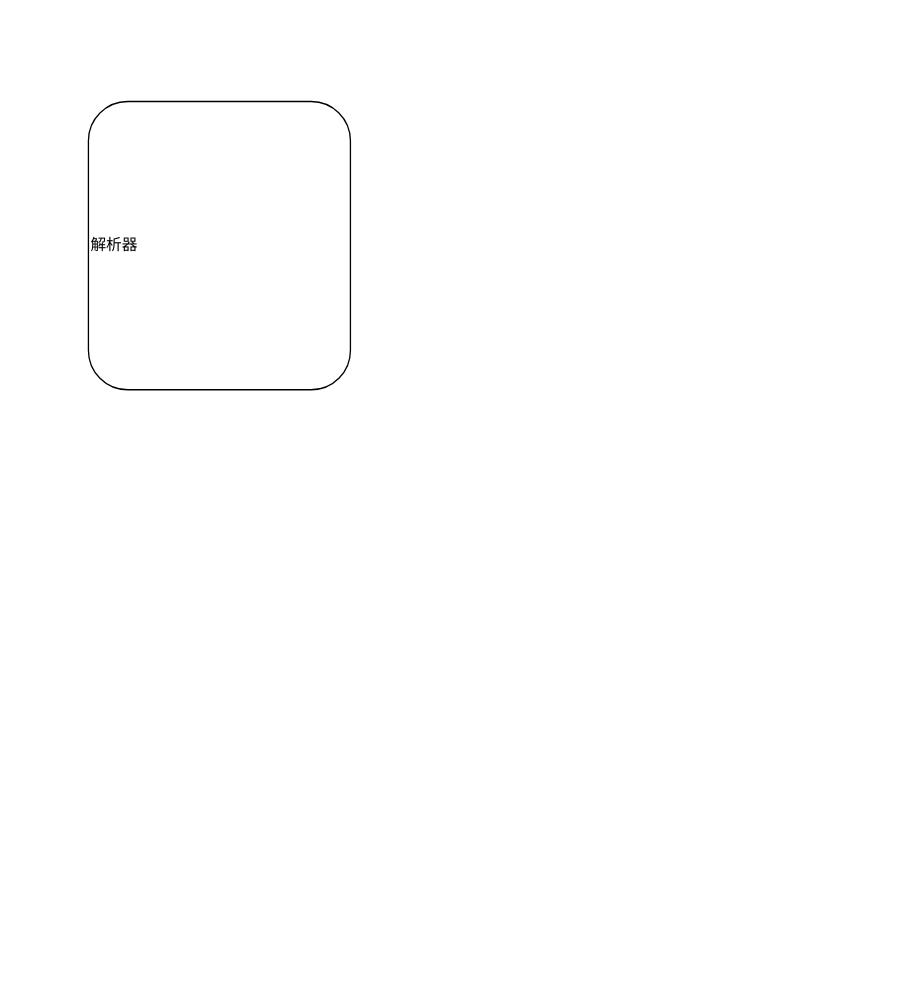
boholder/puntgun keeps this draw.io diagram as page "总构成" (1 of 4) of document/all-diagrams.drawio. Above is the earlier version. Source tidied: cells renumbered, new cells numbered last; positions are measured from the earlier drawing's top-left corner, leaving out a move shared by most shapes. Both pictures are drawn from the tidied source at 131%, with x=0, y=0 at pixel (88, 101).
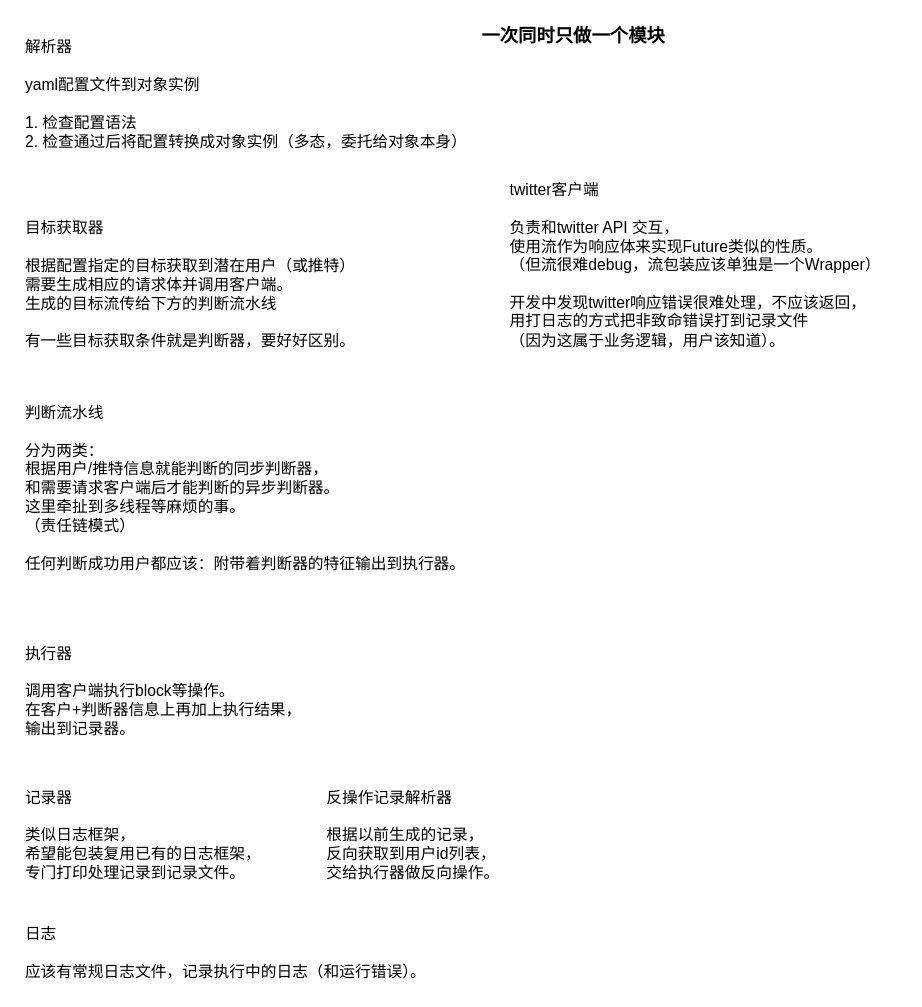
The same diagram, later.

Diff of the diagram source:
```diff
@@
 <mxGraphModel>
   <root>
     <mxCell id="0" />
     <mxCell id="1" parent="0" />
-    <mxCell id="2" value="解析器&lt;br&gt;" style="rounded=1;whiteSpace=wrap;html=1;align=left;" parent="1" vertex="1">
-      <mxGeometry width="200" height="220" as="geometry" />
-    </mxCell>
+    <mxCell id="3" value="解析器&lt;br&gt;&lt;br&gt;yaml配置文件到对象实例&lt;br&gt;&lt;br&gt;1. 检查配置语法&lt;br&gt;2. 检查通过后将配置转换成对象实例（多态，委托给对象本身）" style="text;html=1;align=left;verticalAlign=middle;strokeColor=none;fillColor=none;" parent="1" vertex="1">
+      <mxGeometry x="-50" y="-50" width="350" height="90" as="geometry" />
+    </mxCell>
+    <mxCell id="4" value="&lt;div&gt;&lt;span&gt;判断流水线&lt;/span&gt;&lt;/div&gt;&lt;div&gt;&lt;span&gt;&lt;br&gt;&lt;/span&gt;&lt;/div&gt;&lt;div&gt;&lt;span&gt;分为两类：&lt;/span&gt;&lt;/div&gt;&lt;div&gt;&lt;span&gt;根据用户/推特信息就能判断的同步判断器，&lt;/span&gt;&lt;/div&gt;&lt;div&gt;&lt;span&gt;和需要请求客户端后才能判断的异步判断器。&lt;/span&gt;&lt;/div&gt;&lt;div&gt;&lt;span&gt;这里牵扯到多线程等麻烦的事。&lt;/span&gt;&lt;/div&gt;&lt;div&gt;&lt;span&gt;（责任链模式）&lt;/span&gt;&lt;/div&gt;&lt;div&gt;&lt;span&gt;&lt;br&gt;&lt;/span&gt;&lt;/div&gt;&lt;div&gt;任何判断成功用户都应该：附带着判断器的特征输出到执行器。&lt;/div&gt;" style="text;html=1;align=left;verticalAlign=middle;strokeColor=none;fillColor=none;" parent="1" vertex="1">
+      <mxGeometry x="-50" y="230" width="350" height="130" as="geometry" />
+    </mxCell>
+    <mxCell id="5" value="目标获取器&lt;br&gt;&lt;br&gt;根据配置指定的目标获取到潜在用户（或推特）&lt;br&gt;需要生成相应的请求体并调用客户端。&lt;br&gt;生成的目标流传给下方的判断流水线&lt;br&gt;&lt;br&gt;有一些目标获取条件就是判断器，要好好区别。" style="text;html=1;align=left;verticalAlign=middle;strokeColor=none;fillColor=none;" parent="1" vertex="1">
+      <mxGeometry x="-50" y="90" width="270" height="100" as="geometry" />
+    </mxCell>
+    <mxCell id="6" value="twitter客户端&lt;br&gt;&lt;br&gt;负责和twitter API 交互，&lt;br&gt;使用流作为响应体来实现Future类似的性质。&lt;br&gt;（但流很难debug，流包装应该单独是一个Wrapper）&lt;br&gt;&lt;br&gt;开发中发现twitter响应错误很难处理，不应该返回，&lt;br&gt;用打日志的方式把非致命错误打到记录文件&lt;br&gt;（因为这属于业务逻辑，用户该知道）。" style="text;html=1;align=left;verticalAlign=middle;strokeColor=none;fillColor=none;" parent="1" vertex="1">
+      <mxGeometry x="320" y="60" width="300" height="130" as="geometry" />
+    </mxCell>
+    <mxCell id="7" value="执行器&lt;br&gt;&lt;br&gt;调用客户端执行block等操作。&lt;br&gt;在客户+判断器信息上再加上执行结果，&lt;br&gt;输出到记录器。" style="text;html=1;align=left;verticalAlign=middle;strokeColor=none;fillColor=none;" parent="1" vertex="1">
+      <mxGeometry x="-50" y="410" width="230" height="80" as="geometry" />
+    </mxCell>
+    <mxCell id="8" value="记录器&lt;br&gt;&lt;br&gt;类似日志框架，&lt;br&gt;希望能包装复用已有的日志框架，&lt;br&gt;专门打印处理记录到记录文件。" style="text;html=1;align=left;verticalAlign=middle;strokeColor=none;fillColor=none;" parent="1" vertex="1">
+      <mxGeometry x="-50" y="520" width="200" height="80" as="geometry" />
+    </mxCell>
+    <mxCell id="9" value="日志&lt;br&gt;&lt;br&gt;应该有常规日志文件，记录执行中的日志（和运行错误）。" style="text;html=1;align=left;verticalAlign=middle;strokeColor=none;fillColor=none;" parent="1" vertex="1">
+      <mxGeometry x="-50" y="625" width="330" height="50" as="geometry" />
+    </mxCell>
+    <mxCell id="10" value="反操作记录解析器&lt;br&gt;&lt;br&gt;根据以前生成的记录，&lt;br&gt;反向获取到用户id列表，&lt;br&gt;交给执行器做反向操作。" style="text;html=1;align=left;verticalAlign=middle;strokeColor=none;fillColor=none;" parent="1" vertex="1">
+      <mxGeometry x="180" y="520" width="150" height="80" as="geometry" />
+    </mxCell>
+    <mxCell id="11" value="&lt;b&gt;&lt;font style=&quot;font-size: 14px&quot;&gt;一次同时只做一个模块&lt;/font&gt;&lt;/b&gt;" style="text;html=1;align=center;verticalAlign=middle;strokeColor=none;fillColor=none;" parent="1" vertex="1">
+      <mxGeometry x="290" y="-60" width="160" height="20" as="geometry" />
+    </mxCell>
   </root>
 </mxGraphModel>
```
